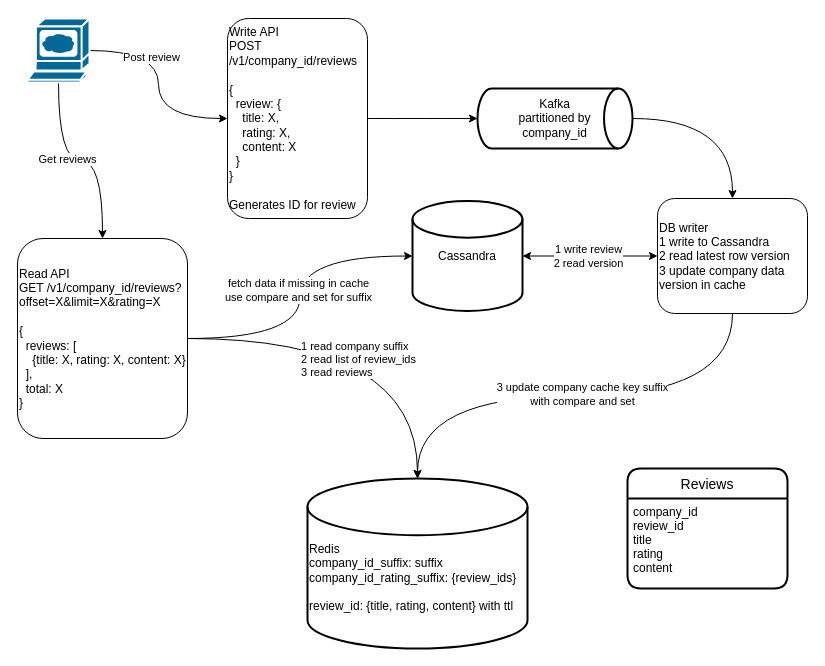
Earlier version of the draw.io diagram diagram.drawio (gruzilkin/reviews). Source tidied: cells renumbered, new cells numbered last; positions are measured from the earlier drawing's top-left corner, leaving out a move shared by most shapes. Both pictures are drawn from the tidied source at 100%, with x=0, y=0 at pixel (17, 18).
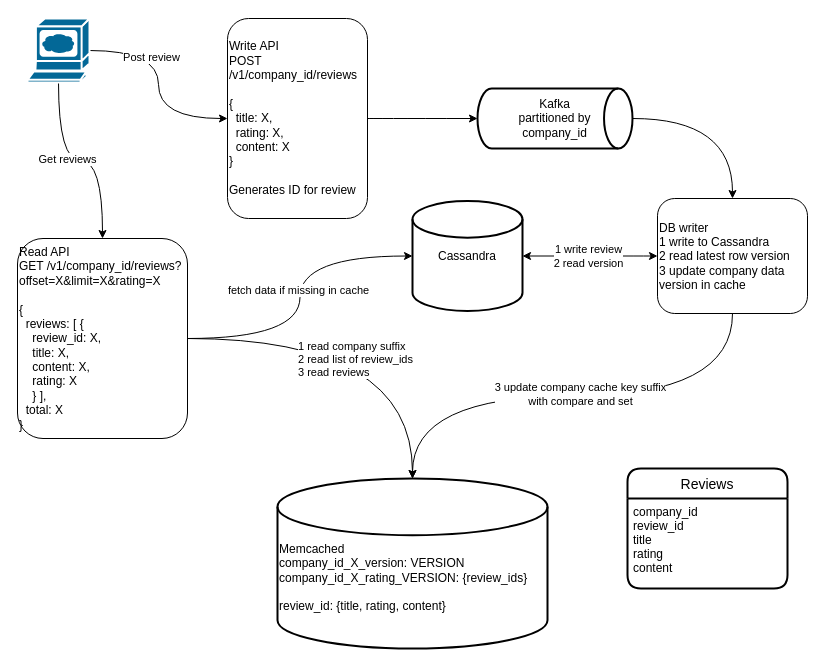
The same page after the edit.

Unchanged cells that the change refers to:
```xml
<mxCell id="19" style="edgeStyle=orthogonalEdgeStyle;curved=1;jettySize=auto;html=1;entryX=0;entryY=0.5;entryDx=0;entryDy=0;entryPerimeter=0;" parent="1" edge="1" source="21" target="13">
  <mxGeometry relative="1" as="geometry" />
</mxCell>
```

The edit, as a diff of the source:
```diff
@@
-    <mxCell id="8" value="Write API&lt;br&gt;POST /v1/company_id/reviews&lt;br&gt;&lt;br&gt;{&lt;br&gt;&lt;blockquote style=&quot;margin: 0 0 0 40px; border: none; padding: 0px;&quot;&gt;&lt;/blockquote&gt;&lt;span style=&quot;background-color: initial;&quot;&gt;&amp;nbsp; review: {&lt;/span&gt;&lt;br&gt;&lt;blockquote style=&quot;margin: 0 0 0 40px; border: none; padding: 0px;&quot;&gt;&lt;/blockquote&gt;&lt;span style=&quot;background-color: initial;&quot;&gt;&amp;nbsp; &amp;nbsp; title: X,&lt;/span&gt;&lt;br&gt;&lt;blockquote style=&quot;margin: 0 0 0 40px; border: none; padding: 0px;&quot;&gt;&lt;/blockquote&gt;&lt;span style=&quot;background-color: initial;&quot;&gt;&amp;nbsp; &amp;nbsp; rating: X,&lt;/span&gt;&lt;br&gt;&lt;blockquote style=&quot;margin: 0 0 0 40px; border: none; padding: 0px;&quot;&gt;&lt;/blockquote&gt;&lt;span style=&quot;background-color: initial;&quot;&gt;&amp;nbsp; &amp;nbsp; content: X&lt;/span&gt;&lt;br&gt;&amp;nbsp; }&lt;br&gt;}&lt;br&gt;&lt;br&gt;Generates ID for review" style="rounded=1;whiteSpace=wrap;html=1;align=left;" parent="1" vertex="1">
+    <mxCell id="8" value="Write API&lt;br&gt;POST /v1/company_id/reviews&lt;br&gt;&lt;br&gt;{&lt;br&gt;&lt;blockquote style=&quot;margin: 0 0 0 40px ; border: none ; padding: 0px&quot;&gt;&lt;/blockquote&gt;&lt;span&gt;&amp;nbsp; title: X,&lt;/span&gt;&lt;br&gt;&lt;blockquote style=&quot;margin: 0 0 0 40px ; border: none ; padding: 0px&quot;&gt;&lt;/blockquote&gt;&lt;span&gt;&amp;nbsp; rating: X,&lt;/span&gt;&lt;br&gt;&lt;blockquote style=&quot;margin: 0 0 0 40px ; border: none ; padding: 0px&quot;&gt;&lt;/blockquote&gt;&lt;span&gt;&amp;nbsp; content: X&lt;/span&gt;&lt;br&gt;}&lt;br&gt;&lt;br&gt;Generates ID for review" style="rounded=1;whiteSpace=wrap;html=1;align=left;" parent="1" vertex="1">
       <mxGeometry x="210" width="140" height="200" as="geometry" />
     </mxCell>
@@
-    <mxCell id="16" value="&lt;br&gt;&lt;br&gt;Redis&lt;br&gt;company_id_suffix: suffix&lt;br&gt;company_id_rating_suffix: {review_ids}&lt;br&gt;&lt;br&gt;review_id: {title, rating, content} with ttl" style="strokeWidth=2;html=1;shape=mxgraph.flowchart.database;whiteSpace=wrap;align=left;" parent="1" vertex="1">
-      <mxGeometry x="290" y="460" width="220" height="170" as="geometry" />
+    <mxCell id="16" value="&lt;br&gt;&lt;br&gt;Memcached&lt;br&gt;company_id_X_version: VERSION&lt;br&gt;company_id_X_rating_VERSION: {review_ids}&lt;br&gt;&lt;br&gt;review_id: {title, rating, content}" style="strokeWidth=2;html=1;shape=mxgraph.flowchart.database;whiteSpace=wrap;align=left;" parent="1" vertex="1">
+      <mxGeometry x="260" y="460" width="270" height="170" as="geometry" />
     </mxCell>
@@
-    <mxCell id="20" value="fetch data if missing in cache&lt;br&gt;use compare and set for suffix" style="edgeLabel;html=1;align=center;verticalAlign=middle;" parent="19" vertex="1">
+    <mxCell id="20" value="fetch data if missing in cache" style="edgeLabel;html=1;align=center;verticalAlign=middle;" parent="19" vertex="1">
       <mxGeometry x="0.21" y="-25" relative="1" as="geometry">
         <mxPoint x="-27" y="25" as="offset" />
       </mxGeometry>
     </mxCell>
-    <mxCell id="21" value="Read API&lt;br&gt;GET /v1/company_id/reviews?offset=X&amp;amp;limit=X&amp;amp;rating=X&lt;br&gt;&lt;br&gt;{&lt;br&gt;&lt;blockquote style=&quot;margin: 0 0 0 40px; border: none; padding: 0px;&quot;&gt;&lt;/blockquote&gt;&lt;span style=&quot;background-color: initial;&quot;&gt;&amp;nbsp; reviews: [&lt;br&gt;&amp;nbsp; &amp;nbsp; {title: X, rating: X, content: X}&lt;br&gt;&lt;/span&gt;&amp;nbsp; ],&lt;br&gt;&amp;nbsp; total: X&lt;br&gt;}" style="rounded=1;whiteSpace=wrap;html=1;align=left;" parent="1" vertex="1">
+    <mxCell id="21" value="Read API&lt;br&gt;GET /v1/company_id/reviews?offset=X&amp;amp;limit=X&amp;amp;rating=X&lt;br&gt;&lt;br&gt;{&lt;br&gt;&lt;blockquote style=&quot;margin: 0 0 0 40px ; border: none ; padding: 0px&quot;&gt;&lt;/blockquote&gt;&lt;span&gt;&amp;nbsp; reviews: [ {&lt;br&gt;&amp;nbsp; &amp;nbsp; review_id: X,&lt;br&gt;&amp;nbsp; &amp;nbsp; title: X,&lt;br&gt;&amp;nbsp; &amp;nbsp;&amp;nbsp;&lt;/span&gt;content: X,&lt;span&gt;&lt;br&gt;&amp;nbsp; &amp;nbsp; rating: X&lt;br&gt;&amp;nbsp; &amp;nbsp; }&amp;nbsp;&lt;/span&gt;],&lt;br&gt;&amp;nbsp; total: X&lt;br&gt;}" style="rounded=1;whiteSpace=wrap;html=1;align=left;" parent="1" vertex="1">
       <mxGeometry y="220" width="170" height="200" as="geometry" />
     </mxCell>
```
